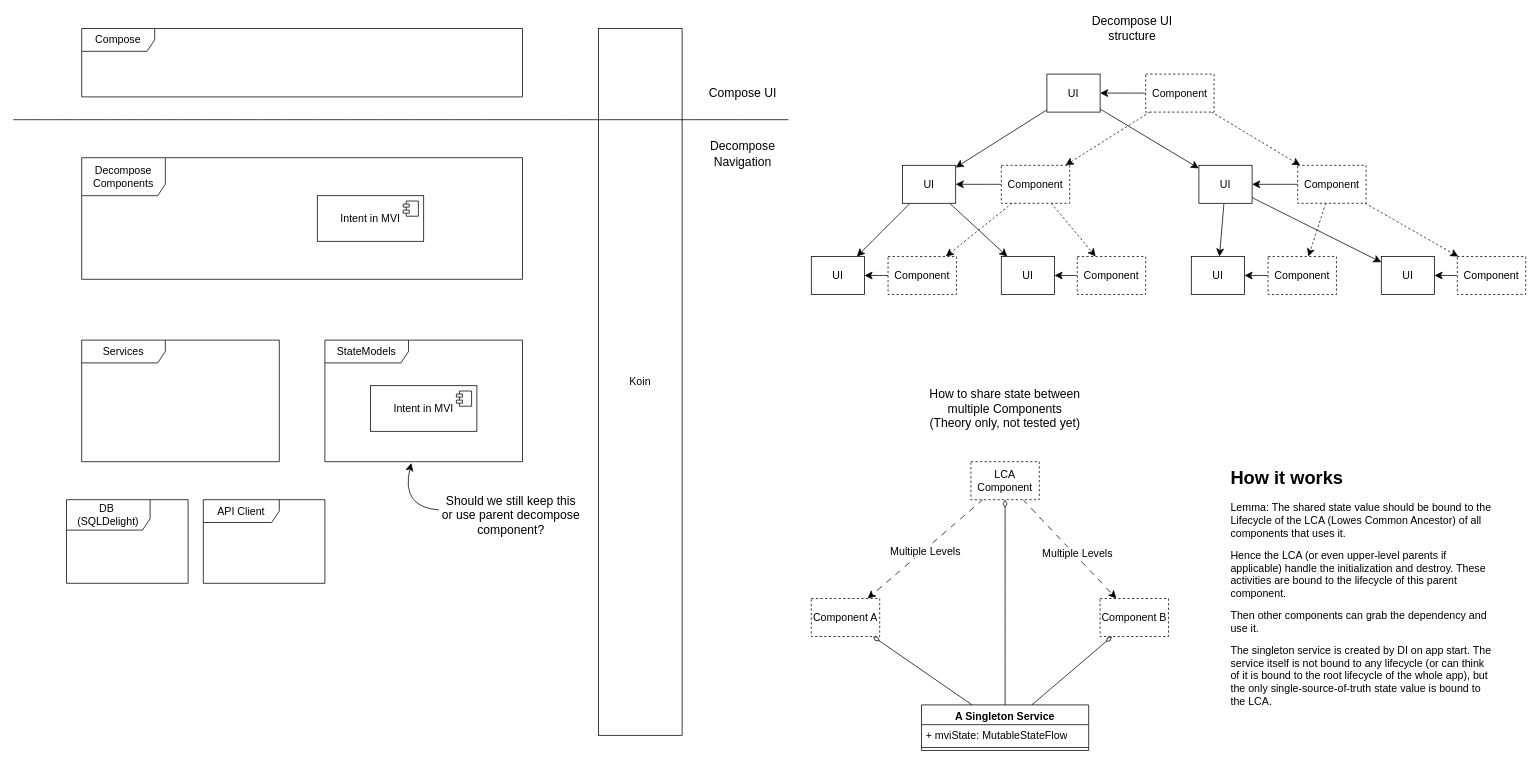
Earlier version of the draw.io diagram page "Frontend Structure" (5 of 5) of doc/diagrams.drawio (CXwudi/realworld-compose-http4k-example-app-old). Source tidied: cells renumbered, new cells numbered last; positions are measured from the earlier drawing's top-left corner, leaving out a move shared by most shapes. Both pictures are drawn from the tidied source at 76%, with x=0, y=0 at pixel (13, 13).
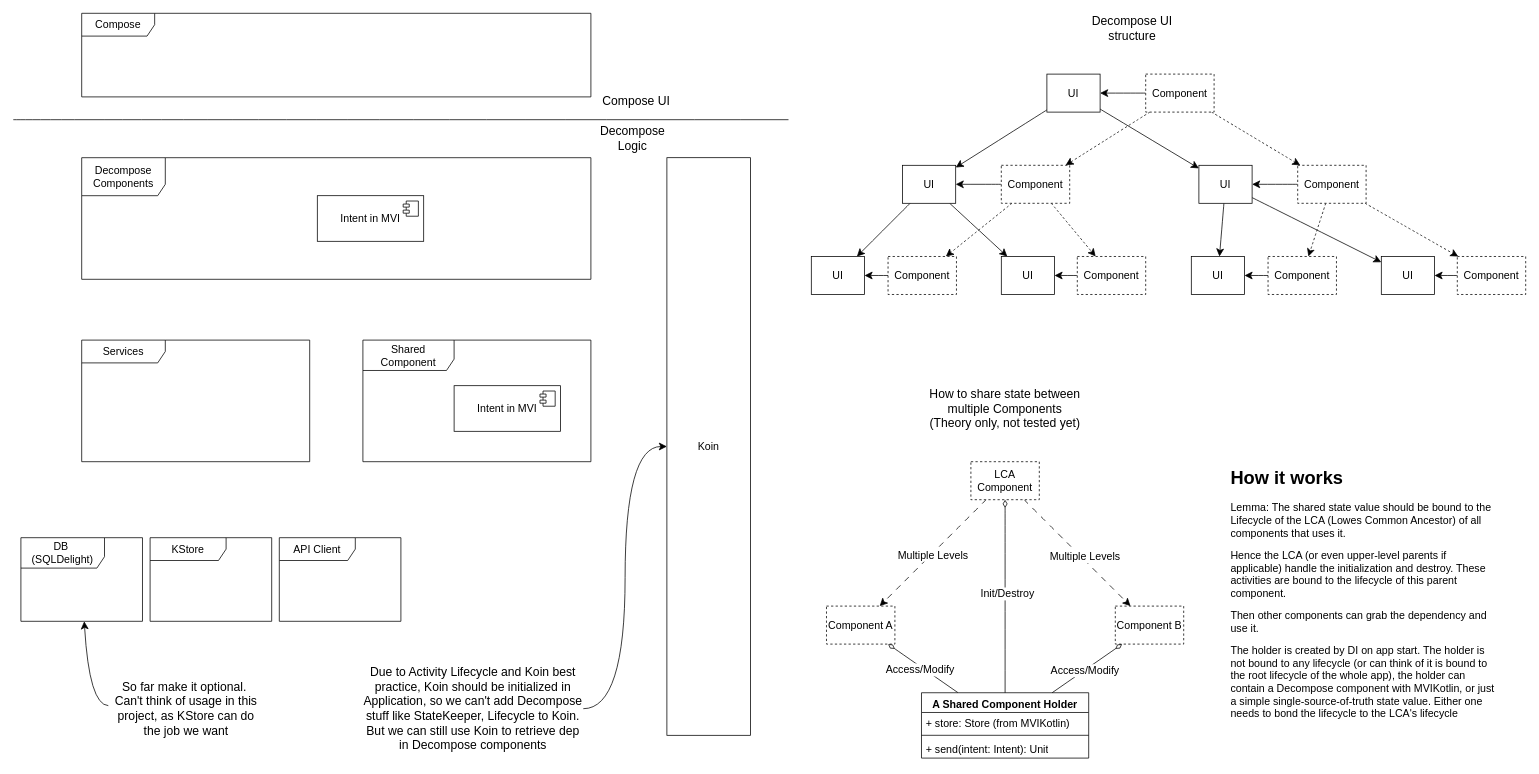
The same diagram, later.

Commit message:
📝 Based on #1, clarify the Koin structure in frontend

The change refers to these unchanged cells:
```xml
<mxCell id="53" style="edgeStyle=none;curved=1;rounded=0;jettySize=auto;html=1;fontSize=12;startSize=8;endSize=8;dashed=1;dashPattern=8 8;" parent="1" edge="1" source="57" target="59">
  <mxGeometry relative="1" as="geometry" />
</mxCell>
<mxCell id="55" style="edgeStyle=none;curved=1;rounded=0;jettySize=auto;html=1;fontSize=12;startSize=8;endSize=8;dashed=1;dashPattern=8 8;" parent="1" edge="1" source="57" target="60">
  <mxGeometry relative="1" as="geometry" />
</mxCell>
<mxCell id="58" style="edgeStyle=none;curved=1;rounded=0;jettySize=auto;html=1;fontSize=12;startSize=8;endSize=8;endArrow=none;endFill=0;startArrow=diamondThin;startFill=0;" parent="1" edge="1" source="59" target="61">
  <mxGeometry relative="1" as="geometry" />
</mxCell>
<mxCell id="64" style="edgeStyle=none;curved=1;rounded=0;jettySize=auto;html=1;fontSize=12;startSize=8;endSize=8;endArrow=none;endFill=0;startArrow=diamondThin;startFill=0;" parent="1" edge="1" source="60" target="61">
  <mxGeometry relative="1" as="geometry" />
</mxCell>
<mxCell id="65" style="edgeStyle=none;curved=1;rounded=0;jettySize=auto;html=1;fontSize=12;startSize=8;endSize=8;endArrow=none;endFill=0;startArrow=diamondThin;startFill=0;" parent="1" edge="1" source="57" target="61">
  <mxGeometry relative="1" as="geometry" />
</mxCell>
```

The edit, as a diff of the source:
```diff
@@
     <mxCell id="2" value="&lt;font style=&quot;font-size: 14px;&quot;&gt;Koin&lt;/font&gt;" style="html=1;whiteSpace=wrap;" parent="1" vertex="1">
-      <mxGeometry x="770" y="20" width="110" height="930" as="geometry" />
+      <mxGeometry x="860" y="190" width="110" height="760" as="geometry" />
     </mxCell>
@@
-    <mxCell id="4" value="Decompose Navigation" style="text;html=1;align=center;verticalAlign=middle;whiteSpace=wrap;rounded=0;fontSize=16;" parent="1" vertex="1">
-      <mxGeometry x="915" y="170" width="90" height="30" as="geometry" />
+    <mxCell id="4" value="Decompose Logic" style="text;html=1;align=center;verticalAlign=middle;whiteSpace=wrap;rounded=0;fontSize=16;" parent="1" vertex="1">
+      <mxGeometry x="770" y="150" width="90" height="30" as="geometry" />
     </mxCell>
     <mxCell id="5" value="Compose UI" style="text;html=1;align=center;verticalAlign=middle;whiteSpace=wrap;rounded=0;fontSize=16;" parent="1" vertex="1">
-      <mxGeometry x="910" y="90" width="100" height="30" as="geometry" />
+      <mxGeometry x="770" y="100" width="100" height="30" as="geometry" />
     </mxCell>
     <mxCell id="6" value="&lt;font style=&quot;font-size: 14px;&quot;&gt;Compose&lt;/font&gt;" style="shape=umlFrame;whiteSpace=wrap;html=1;fontSize=14;width=96;height=30;" parent="1" vertex="1">
-      <mxGeometry x="90" y="20" width="580" height="90" as="geometry" />
+      <mxGeometry x="90" width="670" height="110" as="geometry" />
     </mxCell>
     <mxCell id="7" value="&lt;font style=&quot;font-size: 14px;&quot;&gt;Decompose Components&lt;/font&gt;" style="shape=umlFrame;whiteSpace=wrap;html=1;fontSize=14;width=110;height=50;" parent="1" vertex="1">
-      <mxGeometry x="90" y="190" width="580" height="160" as="geometry" />
+      <mxGeometry x="90" y="190" width="670" height="160" as="geometry" />
     </mxCell>
     <mxCell id="8" value="&lt;font style=&quot;font-size: 14px;&quot;&gt;Services&lt;/font&gt;" style="shape=umlFrame;whiteSpace=wrap;html=1;fontSize=14;width=110;height=30;" parent="1" vertex="1">
-      <mxGeometry x="90" y="430" width="260" height="160" as="geometry" />
+      <mxGeometry x="90" y="430" width="300" height="160" as="geometry" />
     </mxCell>
     <mxCell id="9" value="&lt;font style=&quot;font-size: 14px;&quot;&gt;DB&amp;nbsp;&lt;/font&gt;&lt;div&gt;&lt;font style=&quot;font-size: 14px;&quot;&gt;(SQLDelight)&lt;/font&gt;&lt;/div&gt;" style="shape=umlFrame;whiteSpace=wrap;html=1;fontSize=14;width=110;height=40;" parent="1" vertex="1">
-      <mxGeometry x="70" y="640" width="160" height="110" as="geometry" />
+      <mxGeometry x="10" y="690" width="160" height="110" as="geometry" />
     </mxCell>
-    <mxCell id="10" value="&lt;font style=&quot;font-size: 14px;&quot;&gt;StateModels&lt;/font&gt;" style="shape=umlFrame;whiteSpace=wrap;html=1;fontSize=14;width=110;height=30;" parent="1" vertex="1">
-      <mxGeometry x="410" y="430" width="260" height="160" as="geometry" />
+    <mxCell id="10" value="&lt;font style=&quot;font-size: 14px;&quot;&gt;Shared Component&lt;/font&gt;" style="shape=umlFrame;whiteSpace=wrap;html=1;fontSize=14;width=120;height=40;" parent="1" vertex="1">
+      <mxGeometry x="460" y="430" width="300" height="160" as="geometry" />
     </mxCell>
@@
     <mxCell id="13" value="&lt;pre&gt;&lt;font face=&quot;Helvetica&quot; style=&quot;font-size: 14px;&quot;&gt;Intent in MVI&lt;/font&gt;&lt;/pre&gt;" style="html=1;whiteSpace=wrap;" parent="1" vertex="1">
-      <mxGeometry x="470" y="490" width="140" height="60" as="geometry" />
+      <mxGeometry x="580" y="490" width="140" height="60" as="geometry" />
     </mxCell>
@@
-    <mxCell id="15" value="Should we still keep this or use parent decompose component?" style="text;html=1;align=center;verticalAlign=middle;whiteSpace=wrap;rounded=0;fontSize=16;" parent="1" vertex="1">
-      <mxGeometry x="560" y="620" width="190" height="80" as="geometry" />
-    </mxCell>
-    <mxCell id="16" style="edgeStyle=none;curved=1;rounded=0;jettySize=auto;html=1;entryX=0.437;entryY=1.011;entryDx=0;entryDy=0;entryPerimeter=0;fontSize=12;startSize=8;endSize=8;" parent="1" edge="1" source="15" target="10">
-      <mxGeometry relative="1" as="geometry">
-        <Array as="points">
-          <mxPoint x="510" y="650" />
-        </Array>
-      </mxGeometry>
-    </mxCell>
     <mxCell id="17" value="API Client" style="shape=umlFrame;whiteSpace=wrap;html=1;fontSize=14;width=100;height=30;" parent="1" vertex="1">
-      <mxGeometry x="250" y="640" width="160" height="110" as="geometry" />
+      <mxGeometry x="350" y="690" width="160" height="110" as="geometry" />
     </mxCell>
@@
-    <mxCell id="54" value="&lt;font style=&quot;font-size: 14px;&quot;&gt;Multiple Levels&lt;/font&gt;" style="edgeLabel;html=1;align=center;verticalAlign=middle;fontSize=12;" parent="53" vertex="1">
+    <mxCell id="54" value="&lt;font style=&quot;font-size: 14px;&quot;&gt;Multiple Levels&lt;/font&gt;" style="edgeLabel;html=1;align=center;verticalAlign=middle;fontSize=14;" parent="53" vertex="1">
       <mxGeometry x="0.02" y="2" relative="1" as="geometry" />
     </mxCell>
@@
-    <mxCell id="56" value="&lt;font style=&quot;font-size: 14px;&quot;&gt;Multiple Levels&lt;/font&gt;" style="edgeLabel;html=1;align=center;verticalAlign=middle;fontSize=12;" parent="55" vertex="1">
+    <mxCell id="56" value="&lt;font style=&quot;font-size: 14px;&quot;&gt;Multiple Levels&lt;/font&gt;" style="edgeLabel;html=1;align=center;verticalAlign=middle;fontSize=14;" parent="55" vertex="1">
       <mxGeometry x="-0.07" y="-1" relative="1" as="geometry">
         <mxPoint x="15" y="9" as="offset" />
       </mxGeometry>
     </mxCell>
@@
+    <mxCell id="67" value="Access/Modify" style="edgeLabel;html=1;align=center;verticalAlign=middle;fontFamily=Helvetica;fontSize=14;fontColor=default;labelBackgroundColor=default;fillColor=none;gradientColor=none;" parent="58" vertex="1">
+      <mxGeometry x="-0.05" y="-4" relative="1" as="geometry" />
+    </mxCell>
     <mxCell id="59" value="Component A" style="html=1;whiteSpace=wrap;fontSize=14;dashed=1;" parent="1" vertex="1">
-      <mxGeometry x="1050" y="770" width="90" height="50" as="geometry" />
+      <mxGeometry x="1070" y="780" width="90" height="50" as="geometry" />
     </mxCell>
     <mxCell id="60" value="Component B" style="html=1;whiteSpace=wrap;fontSize=14;dashed=1;" parent="1" vertex="1">
-      <mxGeometry x="1430" y="770" width="90" height="50" as="geometry" />
+      <mxGeometry x="1450" y="780" width="90" height="50" as="geometry" />
     </mxCell>
-    <mxCell id="61" value="A Singleton Service" style="swimlane;fontStyle=1;align=center;verticalAlign=top;horizontal=1;startSize=26;whiteSpace=wrap;html=1;fontSize=14;" parent="1" vertex="1">
-      <mxGeometry x="1195" y="910" width="220" height="60" as="geometry" />
+    <mxCell id="61" value="A Shared Component Holder" style="swimlane;fontStyle=1;align=center;verticalAlign=top;horizontal=1;startSize=26;whiteSpace=wrap;html=1;fontSize=14;" parent="1" vertex="1">
+      <mxGeometry x="1195" y="894" width="220" height="86" as="geometry" />
     </mxCell>
-    <mxCell id="62" value="+ mviState: MutableStateFlow" style="text;strokeColor=none;fillColor=none;align=left;verticalAlign=top;spacingLeft=4;spacingRight=4;overflow=hidden;whiteSpace=wrap;html=1;fontSize=14;" parent="61" vertex="1">
+    <mxCell id="62" value="+ store: Store (from MVIKotlin)" style="text;strokeColor=none;fillColor=none;align=left;verticalAlign=top;spacingLeft=4;spacingRight=4;overflow=hidden;whiteSpace=wrap;html=1;fontSize=14;" parent="61" vertex="1">
       <mxGeometry y="26" width="220" height="26" as="geometry" />
     </mxCell>
@@
+    <mxCell id="68" value="&lt;font style=&quot;font-size: 14px;&quot;&gt;+ send(intent: Intent): Unit&lt;/font&gt;" style="text;strokeColor=none;fillColor=none;align=left;verticalAlign=top;spacingLeft=4;spacingRight=4;overflow=hidden;whiteSpace=wrap;html=1;" parent="61" vertex="1">
+      <mxGeometry y="60" width="220" height="26" as="geometry" />
+    </mxCell>
@@
+    <mxCell id="69" value="Access/Modify" style="edgeLabel;html=1;align=center;verticalAlign=middle;fontFamily=Helvetica;fontSize=14;fontColor=default;labelBackgroundColor=default;fillColor=none;gradientColor=none;" parent="64" vertex="1">
+      <mxGeometry x="0.08" relative="1" as="geometry">
+        <mxPoint x="1" as="offset" />
+      </mxGeometry>
+    </mxCell>
@@
+    <mxCell id="70" value="Init/Destroy" style="edgeLabel;html=1;align=center;verticalAlign=middle;fontFamily=Helvetica;fontSize=14;fontColor=default;labelBackgroundColor=default;fillColor=none;gradientColor=none;" parent="65" vertex="1">
+      <mxGeometry x="-0.03" y="2" relative="1" as="geometry" />
+    </mxCell>
-    <mxCell id="66" value="&lt;h1 style=&quot;margin-top: 0px;&quot;&gt;How it works&lt;/h1&gt;&lt;p&gt;&lt;span style=&quot;font-size: 14px; background-color: initial;&quot;&gt;Lemma: The shared state value should be bound to the Lifecycle of the LCA (Lowes Common Ancestor) of all components that uses it.&lt;/span&gt;&lt;br&gt;&lt;/p&gt;&lt;p&gt;&lt;span style=&quot;font-size: 14px;&quot;&gt;Hence the LCA (or even upper-level parents if applicable) handle the initialization and destroy. These activities are bound to the lifecycle of this parent component.&lt;/span&gt;&lt;/p&gt;&lt;p&gt;&lt;span style=&quot;font-size: 14px;&quot;&gt;Then other components can grab the dependency and use it.&lt;/span&gt;&lt;/p&gt;&lt;p&gt;&lt;span style=&quot;font-size: 14px;&quot;&gt;The singleton service is created by DI on app start. The service itself is not bound to any lifecycle (or can think of it is bound to the root lifecycle of the whole app), but the only single-source-of-truth state value is bound to the LCA.&lt;/span&gt;&lt;/p&gt;&lt;div&gt;&lt;span style=&quot;font-size: 14px;&quot;&gt;&lt;br&gt;&lt;/span&gt;&lt;/div&gt;&lt;p&gt;&lt;span style=&quot;font-size: 14px; background-color: initial;&quot;&gt;&lt;br&gt;&lt;/span&gt;&lt;/p&gt;" style="text;html=1;whiteSpace=wrap;overflow=hidden;rounded=0;" parent="1" vertex="1">
+    <mxCell id="66" value="&lt;h1 style=&quot;margin-top: 0px;&quot;&gt;How it works&lt;/h1&gt;&lt;p&gt;&lt;span style=&quot;font-size: 14px; background-color: initial;&quot;&gt;Lemma: The shared state value should be bound to the Lifecycle of the LCA (Lowes Common Ancestor) of all components that uses it.&lt;/span&gt;&lt;br&gt;&lt;/p&gt;&lt;p&gt;&lt;span style=&quot;font-size: 14px;&quot;&gt;Hence the LCA (or even upper-level parents if applicable) handle the initialization and destroy. These activities are bound to the lifecycle of this parent component.&lt;/span&gt;&lt;/p&gt;&lt;p&gt;&lt;span style=&quot;font-size: 14px;&quot;&gt;Then other components can grab the dependency and use it.&lt;/span&gt;&lt;/p&gt;&lt;p&gt;&lt;span style=&quot;font-size: 14px;&quot;&gt;The holder is created by DI on app start. The holder is not bound to any lifecycle (or can think of it is bound to the root lifecycle of the whole app), the holder can contain a Decompose component with MVIKotlin, or just a simple single-source-of-truth state value. Either one needs to bond the lifecycle to the LCA's lifecycle&lt;/span&gt;&lt;/p&gt;&lt;div&gt;&lt;span style=&quot;font-size: 14px;&quot;&gt;&lt;br&gt;&lt;/span&gt;&lt;/div&gt;&lt;p&gt;&lt;span style=&quot;font-size: 14px; background-color: initial;&quot;&gt;&lt;br&gt;&lt;/span&gt;&lt;/p&gt;" style="text;html=1;whiteSpace=wrap;overflow=hidden;rounded=0;" parent="1" vertex="1">
       <mxGeometry x="1600" y="591" width="350" height="349" as="geometry" />
     </mxCell>
+    <mxCell id="71" style="edgeStyle=none;curved=1;rounded=0;jettySize=auto;html=1;fontSize=12;startSize=8;endSize=8;" parent="1" edge="1" source="72" target="9">
+      <mxGeometry relative="1" as="geometry">
+        <Array as="points">
+          <mxPoint x="100" y="910" />
+        </Array>
+      </mxGeometry>
+    </mxCell>
+    <mxCell id="72" value="So far make it optional.&amp;nbsp;&lt;div&gt;Can't think of usage in this project, as KStore can do the job we want&lt;/div&gt;" style="text;html=1;align=center;verticalAlign=middle;whiteSpace=wrap;rounded=0;fontSize=16;" parent="1" vertex="1">
+      <mxGeometry x="125" y="860" width="205" height="110" as="geometry" />
+    </mxCell>
+    <mxCell id="73" value="KStore" style="shape=umlFrame;whiteSpace=wrap;html=1;fontSize=14;width=100;height=30;" parent="1" vertex="1">
+      <mxGeometry x="180" y="690" width="160" height="110" as="geometry" />
+    </mxCell>
+    <mxCell id="74" style="edgeStyle=orthogonalEdgeStyle;curved=1;rounded=0;jettySize=auto;html=1;fontSize=12;startSize=8;endSize=8;" parent="1" edge="1" source="75" target="2">
+      <mxGeometry relative="1" as="geometry" />
+    </mxCell>
+    <mxCell id="75" value="Due to Activity Lifecycle and Koin best practice, Koin should be initialized in Application, so we can't add Decompose stuff like StateKeeper, Lifecycle to Koin. But we can still use Koin to retrieve dep in Decompose components" style="text;align=center;verticalAlign=middle;rounded=0;fontSize=16;rotation=0;fillColor=none;horizontal=1;textShadow=0;whiteSpace=wrap;html=1;" parent="1" vertex="1">
+      <mxGeometry x="460" y="860" width="290" height="110" as="geometry" />
+    </mxCell>
```
